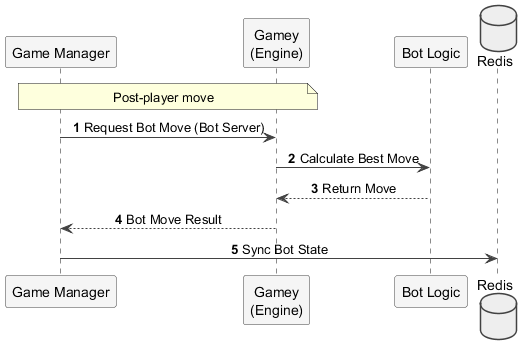
Before: images/runtime_bot_move.png, a diagram exported from PlantUML (Arquisoft/yovi_en2a).
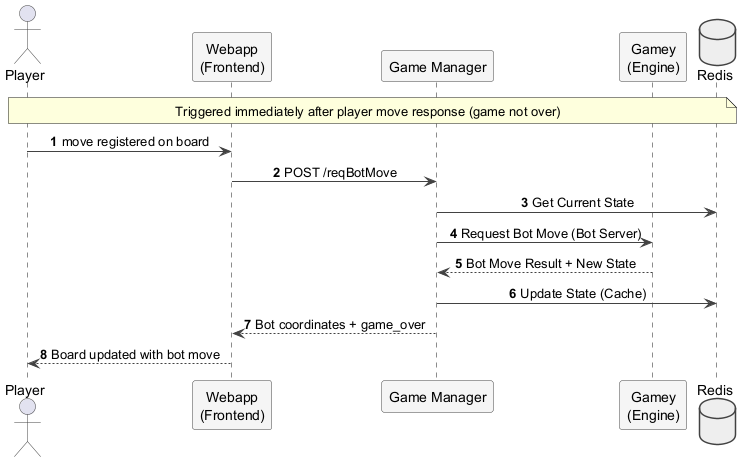
After the change.

Diff of the diagram source:
```diff
@@ -9,15 +9,19 @@
 skinparam SequenceArrowColor #424242
 skinparam ActorBorderColor #424242
 
+actor "Player" as Client
+participant "Webapp\n(Frontend)" as WebApp
 participant "Game Manager" as GM
 participant "Gamey\n(Engine)" as Engine
-participant "Bot Logic" as Bot
 database "Redis" as Redis
 
-note over GM, Engine: Post-player move
+note over Client, Redis: Triggered immediately after player move response (game not over)
+Client -> WebApp : move registered on board
+WebApp -> GM : POST /reqBotMove
+GM -> Redis : Get Current State
 GM -> Engine : Request Bot Move (Bot Server)
-Engine -> Bot : Calculate Best Move
-Bot --> Engine : Return Move
-Engine --> GM : Bot Move Result
-GM -> Redis : Sync Bot State
+Engine --> GM : Bot Move Result + New State
+GM -> Redis : Update State (Cache)
+GM --> WebApp : Bot coordinates + game_over
+WebApp --> Client : Board updated with bot move
 @enduml
```
